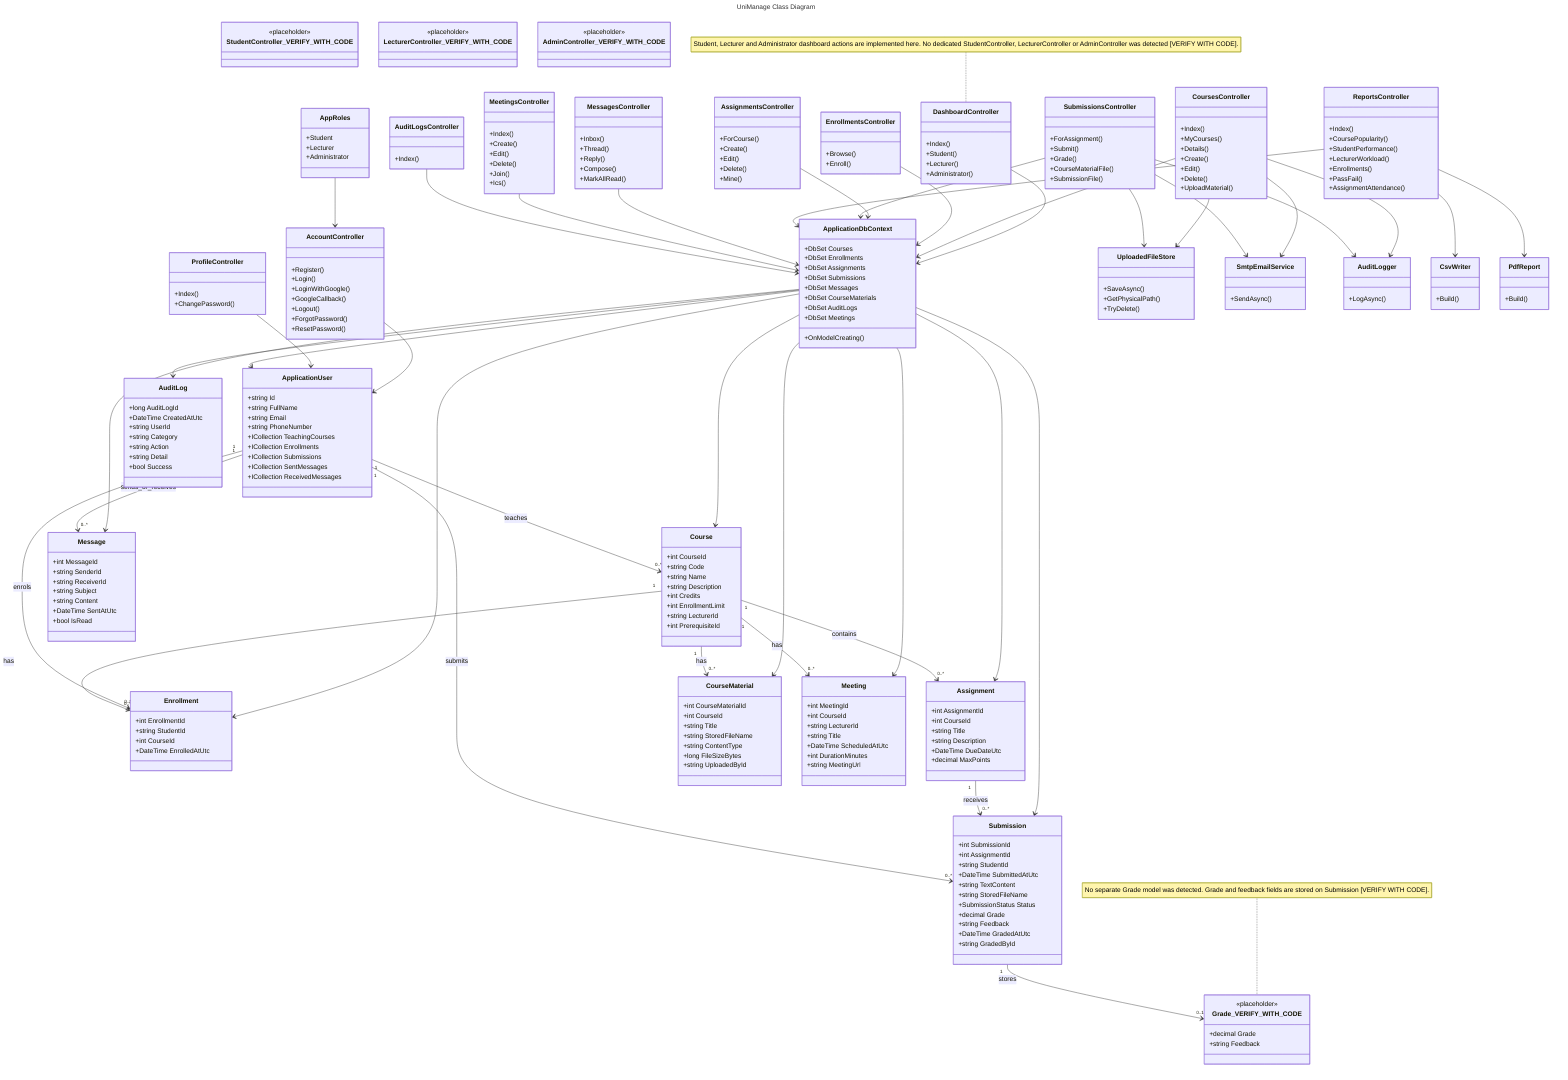
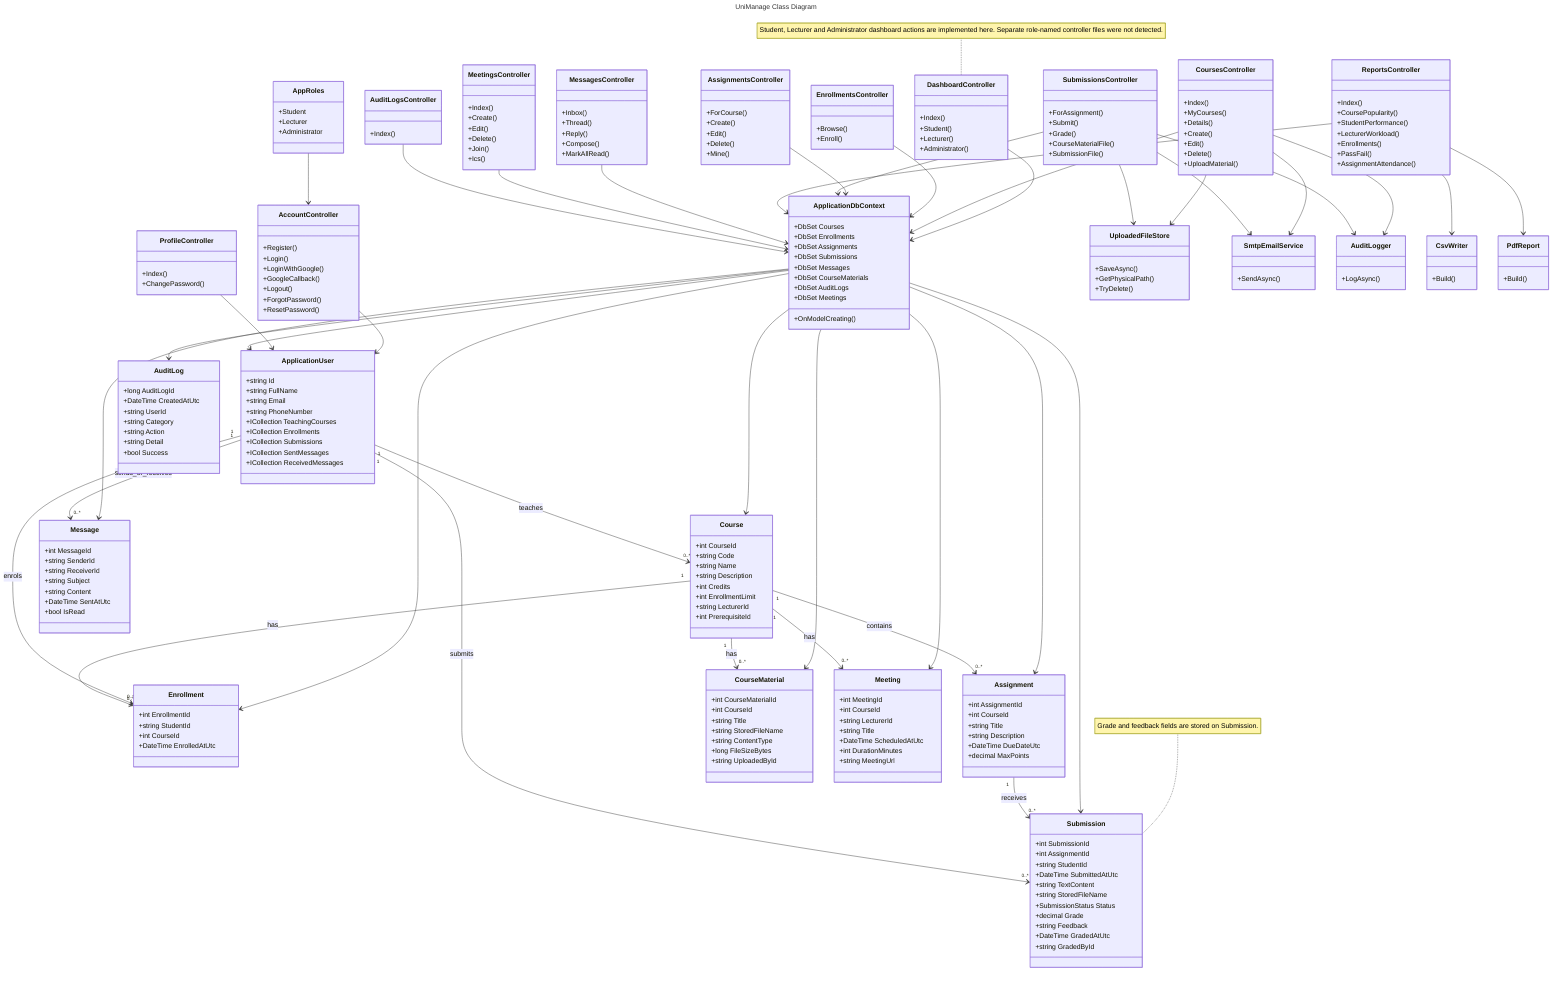
---
title: UniManage Class Diagram
---
classDiagram
    class AccountController {
        +Register()
        +Login()
        +LoginWithGoogle()
        +GoogleCallback()
        +Logout()
        +ForgotPassword()
        +ResetPassword()
    }

    class DashboardController {
        +Index()
        +Student()
        +Lecturer()
        +Administrator()
    }

-     class StudentController_VERIFY_WITH_CODE {
-         <<placeholder>>
-     }
- 
-     class LecturerController_VERIFY_WITH_CODE {
-         <<placeholder>>
-     }
- 
-     class AdminController_VERIFY_WITH_CODE {
-         <<placeholder>>
-     }
- 
    class CoursesController {
        +Index()
        +MyCourses()
        +Details()
        +Create()
        +Edit()
        +Delete()
        +UploadMaterial()
    }

    class EnrollmentsController {
        +Browse()
        +Enroll()
    }

    class AssignmentsController {
        +ForCourse()
        +Create()
        +Edit()
        +Delete()
        +Mine()
    }

    class SubmissionsController {
        +ForAssignment()
        +Submit()
        +Grade()
        +CourseMaterialFile()
        +SubmissionFile()
    }

    class ReportsController {
        +Index()
        +CoursePopularity()
        +StudentPerformance()
        +LecturerWorkload()
        +Enrollments()
        +PassFail()
        +AssignmentAttendance()
    }

    class MessagesController {
        +Inbox()
        +Thread()
        +Reply()
        +Compose()
        +MarkAllRead()
    }

    class MeetingsController {
        +Index()
        +Create()
        +Edit()
        +Delete()
        +Join()
        +Ics()
    }

    class ProfileController {
        +Index()
        +ChangePassword()
    }

    class AuditLogsController {
        +Index()
    }

    class ApplicationDbContext {
        +DbSet Courses
        +DbSet Enrollments
        +DbSet Assignments
        +DbSet Submissions
        +DbSet Messages
        +DbSet CourseMaterials
        +DbSet AuditLogs
        +DbSet Meetings
        +OnModelCreating()
    }

    class ApplicationUser {
        +string Id
        +string FullName
        +string Email
        +string PhoneNumber
        +ICollection TeachingCourses
        +ICollection Enrollments
        +ICollection Submissions
        +ICollection SentMessages
        +ICollection ReceivedMessages
    }

    class Course {
        +int CourseId
        +string Code
        +string Name
        +string Description
        +int Credits
        +int EnrollmentLimit
        +string LecturerId
        +int PrerequisiteId
    }

    class Enrollment {
        +int EnrollmentId
        +string StudentId
        +int CourseId
        +DateTime EnrolledAtUtc
    }

    class Assignment {
        +int AssignmentId
        +int CourseId
        +string Title
        +string Description
        +DateTime DueDateUtc
        +decimal MaxPoints
    }

    class Submission {
        +int SubmissionId
        +int AssignmentId
        +string StudentId
        +DateTime SubmittedAtUtc
        +string TextContent
        +string StoredFileName
        +SubmissionStatus Status
        +decimal Grade
        +string Feedback
        +DateTime GradedAtUtc
        +string GradedById
    }

-     class Grade_VERIFY_WITH_CODE {
-         <<placeholder>>
-         +decimal Grade
-         +string Feedback
-     }
- 
    class Message {
        +int MessageId
        +string SenderId
        +string ReceiverId
        +string Subject
        +string Content
        +DateTime SentAtUtc
        +bool IsRead
    }

    class CourseMaterial {
        +int CourseMaterialId
        +int CourseId
        +string Title
        +string StoredFileName
        +string ContentType
        +long FileSizeBytes
        +string UploadedById
    }

    class Meeting {
        +int MeetingId
        +int CourseId
        +string LecturerId
        +string Title
        +DateTime ScheduledAtUtc
        +int DurationMinutes
        +string MeetingUrl
    }

    class AuditLog {
        +long AuditLogId
        +DateTime CreatedAtUtc
        +string UserId
        +string Category
        +string Action
        +string Detail
        +bool Success
    }

    class UploadedFileStore {
        +SaveAsync()
        +GetPhysicalPath()
        +TryDelete()
    }

    class SmtpEmailService {
        +SendAsync()
    }

    class AuditLogger {
        +LogAsync()
    }

    class CsvWriter {
        +Build()
    }

    class PdfReport {
        +Build()
    }

    class AppRoles {
        +Student
        +Lecturer
        +Administrator
    }

-     note for DashboardController "Student, Lecturer and Administrator dashboard actions are implemented here. No dedicated StudentController, LecturerController or AdminController was detected [VERIFY WITH CODE]."
-     note for Grade_VERIFY_WITH_CODE "No separate Grade model was detected. Grade and feedback fields are stored on Submission [VERIFY WITH CODE]."
+     note for DashboardController "Student, Lecturer and Administrator dashboard actions are implemented here. Separate role-named controller files were not detected."
+     note for Submission "Grade and feedback fields are stored on Submission."

    AccountController --> ApplicationUser
    DashboardController --> ApplicationDbContext
    CoursesController --> ApplicationDbContext
    EnrollmentsController --> ApplicationDbContext
    AssignmentsController --> ApplicationDbContext
    SubmissionsController --> ApplicationDbContext
    ReportsController --> ApplicationDbContext
    MessagesController --> ApplicationDbContext
    MeetingsController --> ApplicationDbContext
    ProfileController --> ApplicationUser
    AuditLogsController --> ApplicationDbContext

    CoursesController --> UploadedFileStore
    CoursesController --> SmtpEmailService
    CoursesController --> AuditLogger
    SubmissionsController --> UploadedFileStore
    SubmissionsController --> SmtpEmailService
    SubmissionsController --> AuditLogger
    ReportsController --> CsvWriter
    ReportsController --> PdfReport

    ApplicationDbContext --> ApplicationUser
    ApplicationDbContext --> Course
    ApplicationDbContext --> Enrollment
    ApplicationDbContext --> Assignment
    ApplicationDbContext --> Submission
    ApplicationDbContext --> Message
    ApplicationDbContext --> CourseMaterial
    ApplicationDbContext --> Meeting
    ApplicationDbContext --> AuditLog

    ApplicationUser "1" --> "0..*" Course : teaches
    ApplicationUser "1" --> "0..*" Enrollment : enrols
    Course "1" --> "0..*" Enrollment : has
    Course "1" --> "0..*" Assignment : contains
    Assignment "1" --> "0..*" Submission : receives
    ApplicationUser "1" --> "0..*" Submission : submits
-     Submission "1" --> "0..1" Grade_VERIFY_WITH_CODE : stores
    Course "1" --> "0..*" CourseMaterial : has
    ApplicationUser "1" --> "0..*" Message : sends_or_receives
    Course "1" --> "0..*" Meeting : has
    AppRoles --> AccountController

